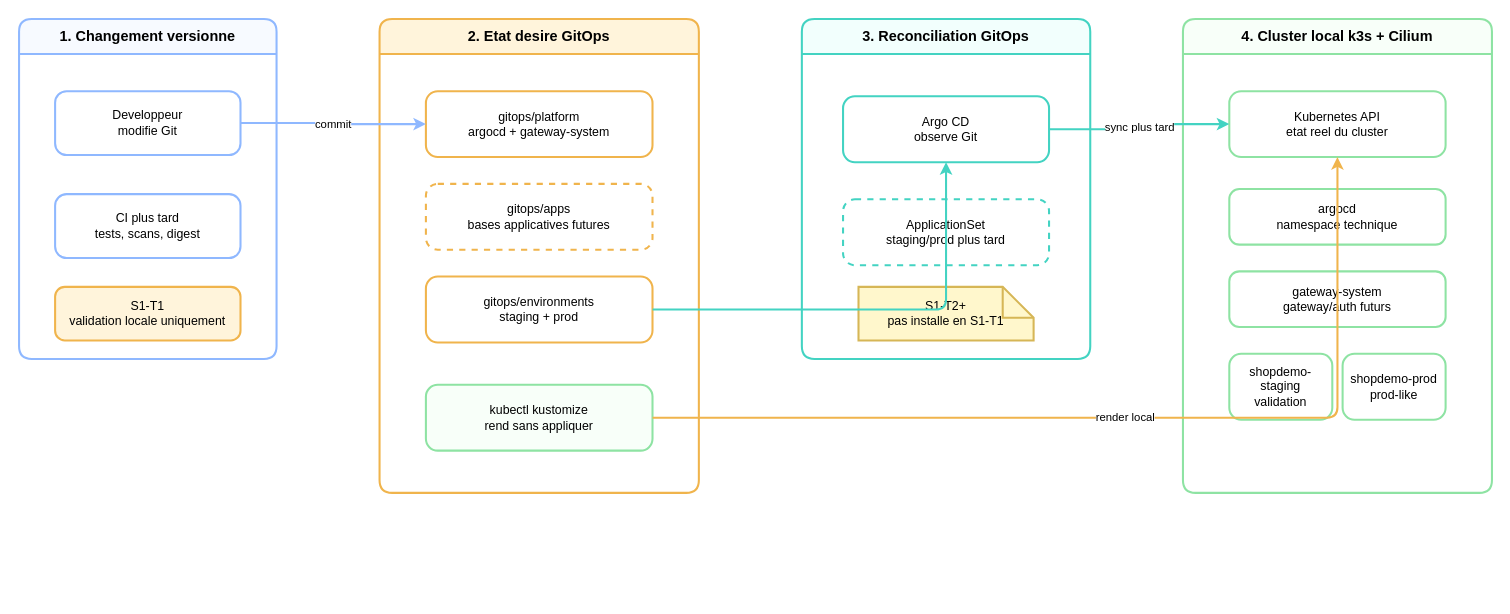
Earlier version of the draw.io diagram docs/diagrams/s1-gitops-local-overview.drawio (ClementV78/shop-demo). Source tidied: cells renumbered, new cells numbered last; positions are measured from the earlier drawing's top-left corner, leaving out a move shared by most shapes. Both pictures are drawn from the tidied source at 103%, with x=0, y=0 at pixel (19, 19).
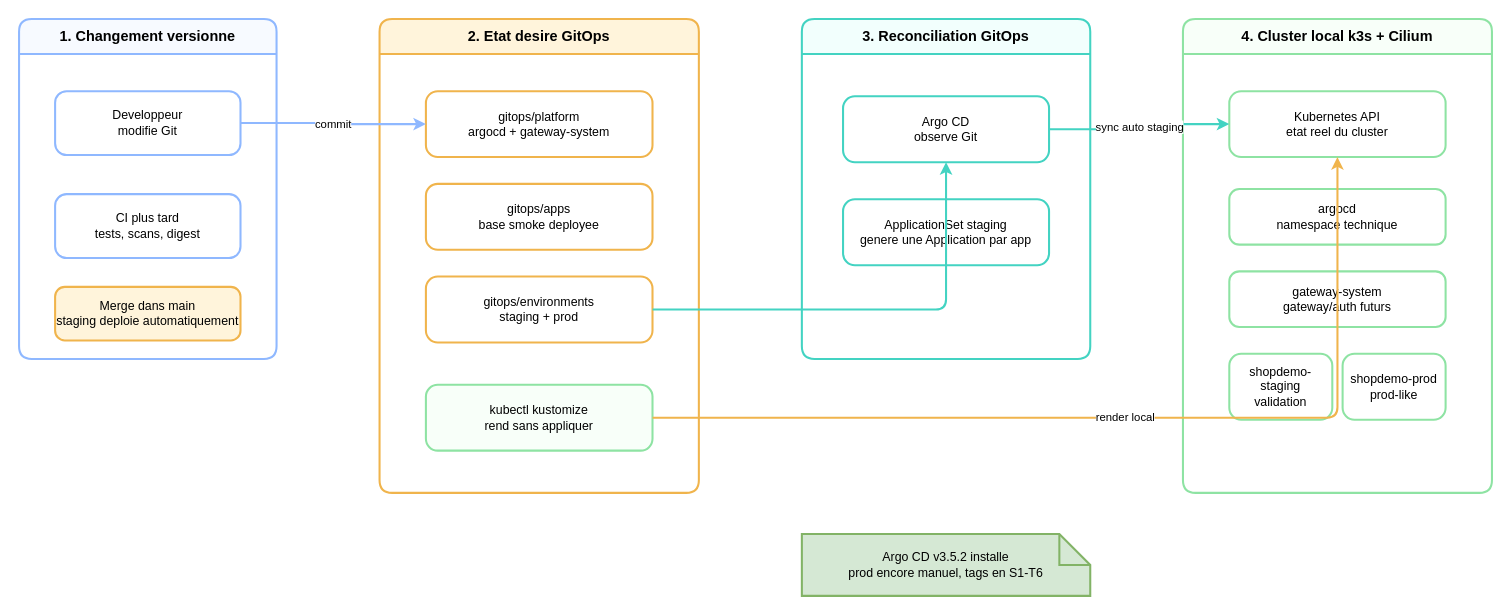
The same diagram, later.

Commit message (it also covers changes not shown here):
Mettre le schema de vue d ensemble a jour et realigner son texte

The change refers to these unchanged cells:
```xml
<mxCell id="2" value="1. Changement versionne" style="swimlane;startSize=34;rounded=1;arcSize=12;whiteSpace=wrap;html=1;fontFamily=Helvetica;fontSize=14;fontStyle=1;fillColor=#f7faff;strokeColor=#8fb8ff;strokeWidth=2;" parent="1" vertex="1">
  <mxGeometry width="250" height="330" as="geometry" />
</mxCell>
<mxCell id="6" value="2. Etat desire GitOps" style="swimlane;startSize=34;rounded=1;arcSize=12;whiteSpace=wrap;html=1;fontFamily=Helvetica;fontSize=14;fontStyle=1;fillColor=#fff4db;strokeColor=#f0b44c;strokeWidth=2;" parent="1" vertex="1">
  <mxGeometry x="350" width="310" height="460" as="geometry" />
</mxCell>
<mxCell id="11" value="3. Reconciliation GitOps" style="swimlane;startSize=34;rounded=1;arcSize=12;whiteSpace=wrap;html=1;fontFamily=Helvetica;fontSize=14;fontStyle=1;fillColor=#f2fffd;strokeColor=#43d3c2;strokeWidth=2;" parent="1" vertex="1">
  <mxGeometry x="760" width="280" height="330" as="geometry" />
</mxCell>
<mxCell id="12" value="Argo CD&#10;observe Git" style="rounded=1;arcSize=18;whiteSpace=wrap;html=1;fontFamily=Helvetica;fontSize=12;fillColor=#ffffff;strokeColor=#43d3c2;strokeWidth=2;" parent="11" vertex="1">
  <mxGeometry x="40" y="75" width="200" height="64" as="geometry" />
</mxCell>
<mxCell id="16" value="Kubernetes API&#10;etat reel du cluster" style="rounded=1;arcSize=18;whiteSpace=wrap;html=1;fontFamily=Helvetica;fontSize=12;fillColor=#ffffff;strokeColor=#8ee3a3;strokeWidth=2;" parent="15" vertex="1">
  <mxGeometry x="45" y="70" width="210" height="64" as="geometry" />
</mxCell>
```

The edit, as a diff of the source:
```diff
@@
-    <mxCell id="5" value="S1-T1&#10;validation locale uniquement" style="rounded=1;arcSize=18;whiteSpace=wrap;html=1;fontFamily=Helvetica;fontSize=12;fillColor=#fff4db;strokeColor=#f0b44c;strokeWidth=2;" parent="2" vertex="1">
+    <mxCell id="5" value="Merge dans main&#10;staging deploie automatiquement" style="rounded=1;arcSize=18;whiteSpace=wrap;html=1;fontFamily=Helvetica;fontSize=12;fillColor=#fff4db;strokeColor=#f0b44c;strokeWidth=2;" parent="2" vertex="1">
       <mxGeometry x="35" y="260" width="180" height="52" as="geometry" />
     </mxCell>
@@
-    <mxCell id="8" value="gitops/apps&#10;bases applicatives futures" style="rounded=1;arcSize=18;dashed=1;whiteSpace=wrap;html=1;fontFamily=Helvetica;fontSize=12;fillColor=#ffffff;strokeColor=#f0b44c;strokeWidth=2;" parent="6" vertex="1">
+    <mxCell id="8" value="gitops/apps&#10;base smoke deployee" style="rounded=1;arcSize=18;whiteSpace=wrap;html=1;fontFamily=Helvetica;fontSize=12;fillColor=#ffffff;strokeColor=#f0b44c;strokeWidth=2;" parent="6" vertex="1">
       <mxGeometry x="45" y="160" width="220" height="64" as="geometry" />
     </mxCell>
@@
-    <mxCell id="13" value="ApplicationSet&#10;staging/prod plus tard" style="rounded=1;arcSize=18;dashed=1;whiteSpace=wrap;html=1;fontFamily=Helvetica;fontSize=12;fillColor=#ffffff;strokeColor=#43d3c2;strokeWidth=2;" parent="11" vertex="1">
+    <mxCell id="13" value="ApplicationSet staging&#10;genere une Application par app" style="rounded=1;arcSize=18;whiteSpace=wrap;html=1;fontFamily=Helvetica;fontSize=12;fillColor=#ffffff;strokeColor=#43d3c2;strokeWidth=2;" parent="11" vertex="1">
       <mxGeometry x="40" y="175" width="200" height="64" as="geometry" />
     </mxCell>
-    <mxCell id="14" value="S1-T2+&#10;pas installe en S1-T1" style="shape=note;whiteSpace=wrap;html=1;fontFamily=Helvetica;fontSize=12;fillColor=#fff7cc;strokeColor=#d6b656;strokeWidth=2;" parent="11" vertex="1">
-      <mxGeometry x="55" y="260" width="170" height="52" as="geometry" />
+    <mxCell id="14" value="Argo CD v3.5.2 installe&#10;prod encore manuel, tags en S1-T6" style="shape=note;whiteSpace=wrap;html=1;fontFamily=Helvetica;fontSize=12;fillColor=#d5e8d4;strokeColor=#82b366;strokeWidth=2;" parent="1" vertex="1">
+      <mxGeometry x="760" y="500" width="280" height="60" as="geometry" />
     </mxCell>
@@
-    <mxCell id="24" value="sync plus tard" style="edgeStyle=orthogonalEdgeStyle;rounded=1;jettySize=auto;html=1;labelBackgroundColor=#ffffff;endArrow=classic;endFill=1;strokeColor=#43d3c2;strokeWidth=2;fontFamily=Helvetica;fontSize=11;" parent="1" edge="1" source="12" target="16">
+    <mxCell id="24" value="sync auto staging" style="edgeStyle=orthogonalEdgeStyle;rounded=1;jettySize=auto;html=1;labelBackgroundColor=#ffffff;endArrow=classic;endFill=1;strokeColor=#43d3c2;strokeWidth=2;fontFamily=Helvetica;fontSize=11;" parent="1" edge="1" source="12" target="16">
       <mxGeometry relative="1" as="geometry" />
     </mxCell>
```
